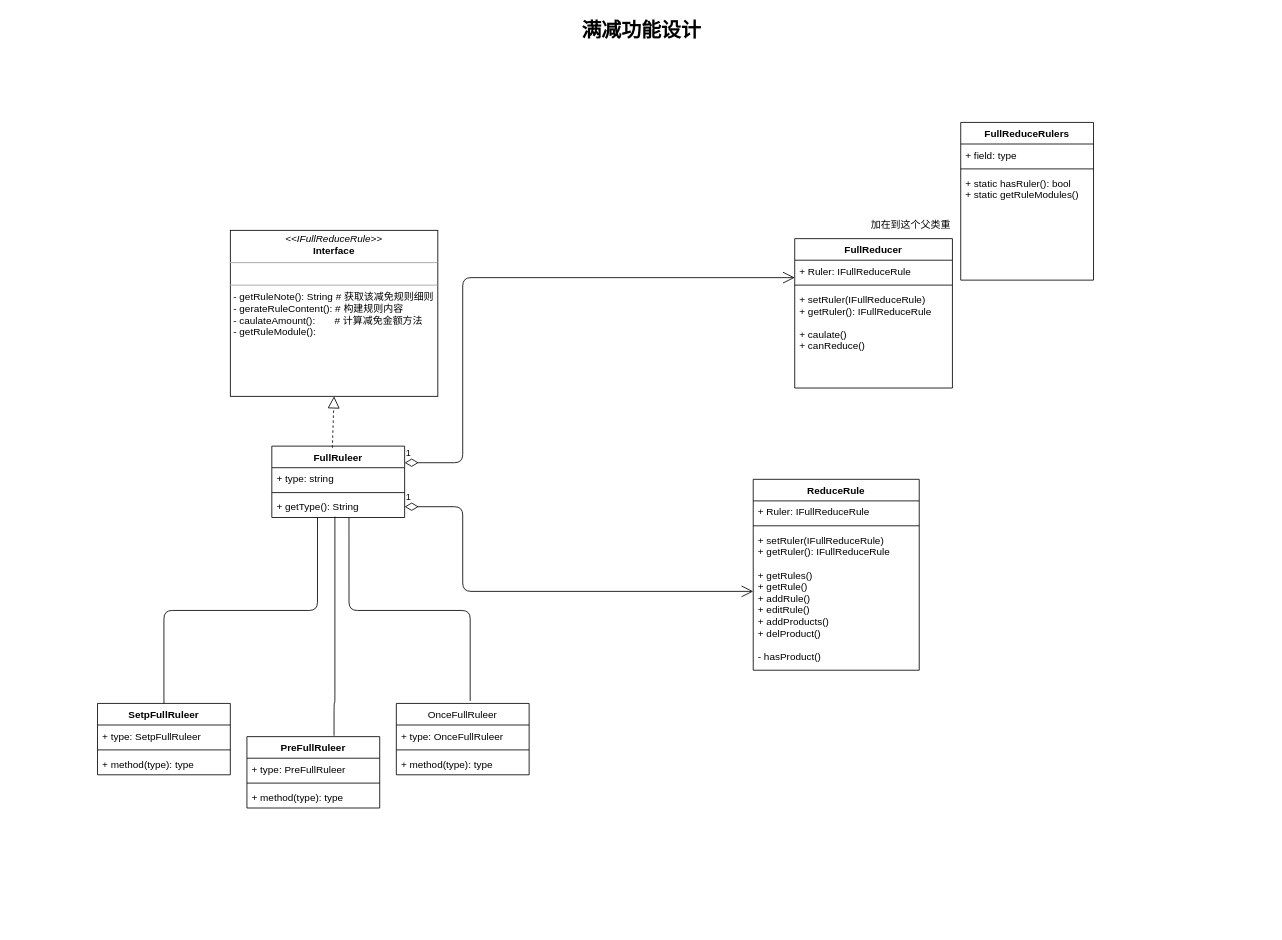
Above: 未命名表单.drawio in maclxf/ProjectDraw (draw.io), before the change. Source tidied: cells renumbered, new cells numbered last; positions are measured from the earlier drawing's top-left corner, leaving out a move shared by most shapes. Both pictures are drawn from the tidied source at 83%, with x=0, y=0 at pixel (14, 14).
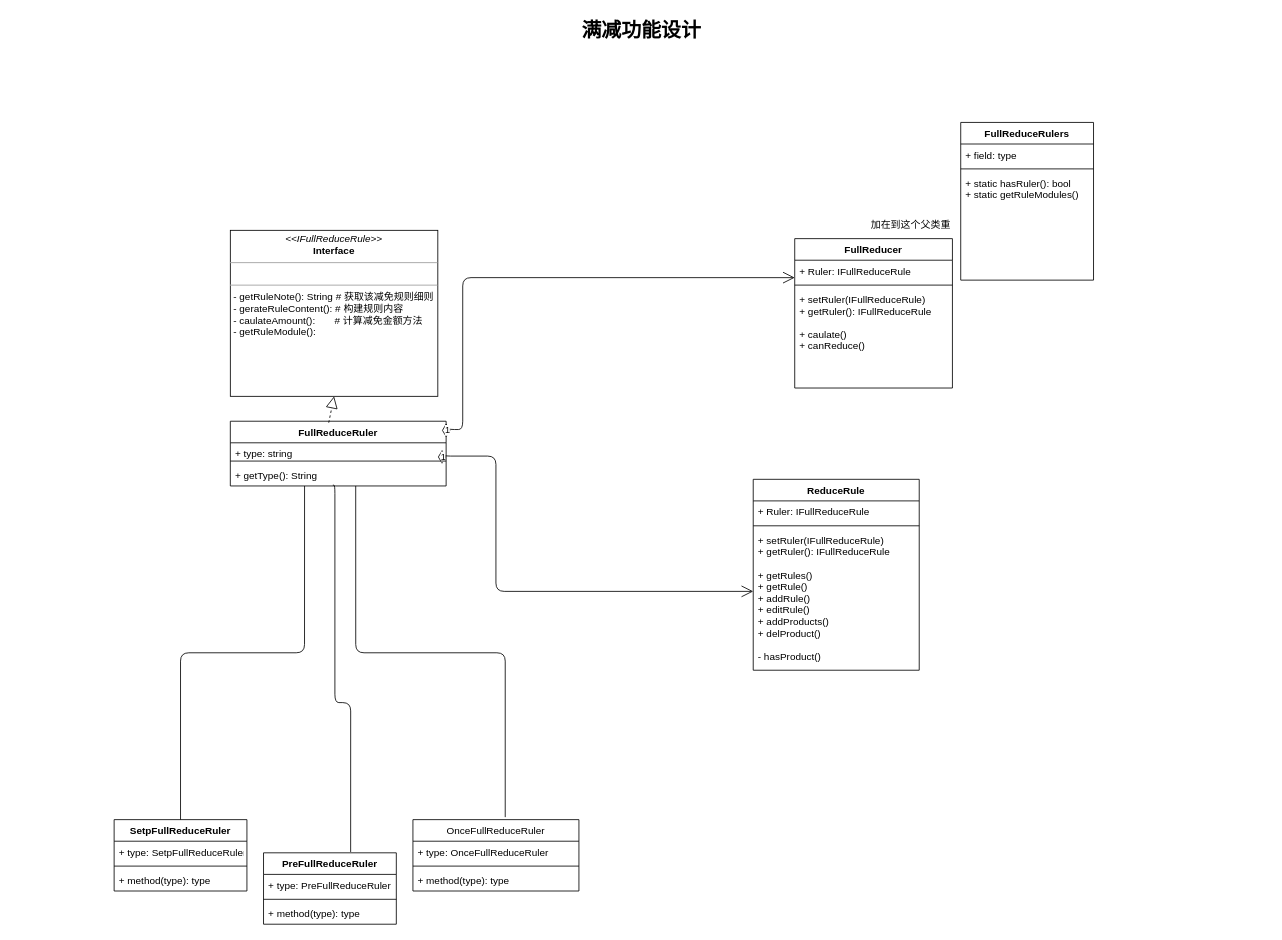
The same diagram, later.

Commit message:
更新未命名表单.drawio

The change refers to these unchanged cells:
```xml
<mxCell id="16" value="+ Ruler: IFullReduceRule" style="text;strokeColor=none;fillColor=none;align=left;verticalAlign=top;spacingLeft=4;spacingRight=4;overflow=hidden;points=[[0,0.5],[1,0.5]];portConstraint=eastwest;" parent="15" vertex="1">
  <mxGeometry y="26" width="190" height="26" as="geometry" />
</mxCell>
<mxCell id="23" value="+ setRuler(IFullReduceRule)&#10;+ getRuler(): IFullReduceRule&#10;&#10;+ getRules()&#10;+ getRule()&#10;+ addRule()&#10;+ editRule()&#10;+ addProducts()&#10;+ delProduct()&#10;&#10;- hasProduct()" style="text;strokeColor=none;fillColor=none;align=left;verticalAlign=top;spacingLeft=4;spacingRight=4;overflow=hidden;points=[[0,0.5],[1,0.5]];portConstraint=eastwest;" parent="20" vertex="1">
  <mxGeometry y="60" width="200" height="170" as="geometry" />
</mxCell>
```

What changed in the source:
```diff
@@
-    <mxCell id="3" value="SetpFullRuleer" style="swimlane;fontStyle=1;align=center;verticalAlign=top;horizontal=1;startSize=26;" parent="1" vertex="1">
-      <mxGeometry x="100" y="830" width="160" height="86" as="geometry" />
+    <mxCell id="3" value="SetpFullReduceRuler" style="swimlane;fontStyle=1;align=center;verticalAlign=top;horizontal=1;startSize=26;" parent="1" vertex="1">
+      <mxGeometry x="120" y="970" width="160" height="86" as="geometry" />
     </mxCell>
-    <mxCell id="4" value="+ type: SetpFullRuleer" style="text;strokeColor=none;fillColor=none;align=left;verticalAlign=top;spacingLeft=4;spacingRight=4;overflow=hidden;" parent="3" vertex="1">
+    <mxCell id="4" value="+ type: SetpFullReduceRuler" style="text;strokeColor=none;fillColor=none;align=left;verticalAlign=top;spacingLeft=4;spacingRight=4;overflow=hidden;" parent="3" vertex="1">
       <mxGeometry y="26" width="160" height="26" as="geometry" />
     </mxCell>
@@
-    <mxCell id="7" value="PreFullRuleer" style="swimlane;fontStyle=1;align=center;verticalAlign=top;horizontal=1;startSize=26;" parent="1" vertex="1">
-      <mxGeometry x="280" y="870" width="160" height="86" as="geometry" />
+    <mxCell id="7" value="PreFullReduceRuler" style="swimlane;fontStyle=1;align=center;verticalAlign=top;horizontal=1;startSize=26;" parent="1" vertex="1">
+      <mxGeometry x="300" y="1010" width="160" height="86" as="geometry" />
     </mxCell>
-    <mxCell id="8" value="+ type: PreFullRuleer" style="text;strokeColor=none;fillColor=none;align=left;verticalAlign=top;spacingLeft=4;spacingRight=4;overflow=hidden;" parent="7" vertex="1">
+    <mxCell id="8" value="+ type: PreFullReduceRuler" style="text;strokeColor=none;fillColor=none;align=left;verticalAlign=top;spacingLeft=4;spacingRight=4;overflow=hidden;" parent="7" vertex="1">
       <mxGeometry y="26" width="160" height="26" as="geometry" />
     </mxCell>
@@
-    <mxCell id="11" value="OnceFullRuleer" style="swimlane;fontStyle=0;align=center;verticalAlign=top;horizontal=1;startSize=26;" parent="1" vertex="1">
-      <mxGeometry x="460" y="830" width="160" height="86" as="geometry" />
+    <mxCell id="11" value="OnceFullReduceRuler" style="swimlane;fontStyle=0;align=center;verticalAlign=top;horizontal=1;startSize=26;" parent="1" vertex="1">
+      <mxGeometry x="480" y="970" width="200" height="86" as="geometry" />
     </mxCell>
-    <mxCell id="12" value="+ type: OnceFullRuleer" style="text;strokeColor=none;fillColor=none;align=left;verticalAlign=top;spacingLeft=4;spacingRight=4;overflow=hidden;fontStyle=0;" parent="11" vertex="1">
-      <mxGeometry y="26" width="160" height="26" as="geometry" />
+    <mxCell id="12" value="+ type: OnceFullReduceRuler" style="text;strokeColor=none;fillColor=none;align=left;verticalAlign=top;spacingLeft=4;spacingRight=4;overflow=hidden;fontStyle=0;" parent="11" vertex="1">
+      <mxGeometry y="26" width="200" height="26" as="geometry" />
     </mxCell>
     <mxCell id="13" style="line;strokeWidth=1;fillColor=none;align=left;verticalAlign=middle;spacingTop=-1;spacingLeft=3;spacingRight=3;labelPosition=right;fontStyle=0;" parent="11" vertex="1">
-      <mxGeometry y="52" width="160" height="8" as="geometry" />
+      <mxGeometry y="52" width="200" height="8" as="geometry" />
     </mxCell>
     <mxCell id="14" value="+ method(type): type" style="text;strokeColor=none;fillColor=none;align=left;verticalAlign=top;spacingLeft=4;spacingRight=4;overflow=hidden;fontStyle=0;" parent="11" vertex="1">
-      <mxGeometry y="60" width="160" height="26" as="geometry" />
+      <mxGeometry y="60" width="200" height="26" as="geometry" />
     </mxCell>
@@
-    <mxCell id="28" value="1" style="endArrow=open;html=1;endSize=12;startArrow=diamondThin;startSize=14;startFill=0;edgeStyle=orthogonalEdgeStyle;align=left;verticalAlign=bottom;strokeColor=#000000;exitX=1;exitY=0.5;exitDx=0;exitDy=0;" parent="1" edge="1" source="32" target="23">
+    <mxCell id="28" value="1" style="endArrow=open;html=1;endSize=12;startArrow=diamondThin;startSize=14;startFill=0;edgeStyle=orthogonalEdgeStyle;align=left;verticalAlign=bottom;strokeColor=#000000;exitX=0.981;exitY=-0.017;exitDx=0;exitDy=0;exitPerimeter=0;" parent="1" edge="1" source="32" target="23">
       <mxGeometry x="-1" y="3" relative="1" as="geometry">
         <Array as="points">
-          <mxPoint x="540" y="593" />
-          <mxPoint x="540" y="695" />
+          <mxPoint x="580" y="532" />
+          <mxPoint x="580" y="695" />
         </Array>
       </mxGeometry>
     </mxCell>
-    <mxCell id="29" value="FullRuleer" style="swimlane;fontStyle=1;align=center;verticalAlign=top;horizontal=1;startSize=26;" parent="1" vertex="1">
-      <mxGeometry x="310" y="520" width="160" height="86" as="geometry" />
+    <mxCell id="29" value="FullReduceRuler" style="swimlane;fontStyle=1;align=center;verticalAlign=top;horizontal=1;startSize=26;" parent="1" vertex="1">
+      <mxGeometry x="260" y="490" width="260" height="78" as="geometry" />
     </mxCell>
     <mxCell id="30" value="+ type: string" style="text;strokeColor=none;fillColor=none;align=left;verticalAlign=top;spacingLeft=4;spacingRight=4;overflow=hidden;" parent="29" vertex="1">
-      <mxGeometry y="26" width="160" height="26" as="geometry" />
+      <mxGeometry y="26" width="260" height="18" as="geometry" />
     </mxCell>
     <mxCell id="31" style="line;strokeWidth=1;fillColor=none;align=left;verticalAlign=middle;spacingTop=-1;spacingLeft=3;spacingRight=3;labelPosition=right;" parent="29" vertex="1">
-      <mxGeometry y="52" width="160" height="8" as="geometry" />
+      <mxGeometry y="44" width="260" height="8" as="geometry" />
     </mxCell>
     <mxCell id="32" value="+ getType(): String" style="text;strokeColor=none;fillColor=none;align=left;verticalAlign=top;spacingLeft=4;spacingRight=4;overflow=hidden;points=[[0,0.5],[1,0.5]];portConstraint=eastwest;" parent="29" vertex="1">
-      <mxGeometry y="60" width="160" height="26" as="geometry" />
+      <mxGeometry y="52" width="260" height="26" as="geometry" />
     </mxCell>
@@
-    <mxCell id="38" value="1" style="endArrow=open;html=1;endSize=12;startArrow=diamondThin;startSize=14;startFill=0;edgeStyle=orthogonalEdgeStyle;align=left;verticalAlign=bottom;strokeColor=#000000;exitX=1;exitY=0.5;exitDx=0;exitDy=0;entryX=0;entryY=0.808;entryDx=0;entryDy=0;entryPerimeter=0;" parent="1" edge="1" target="16">
+    <mxCell id="38" value="1" style="endArrow=open;html=1;endSize=12;startArrow=diamondThin;startSize=14;startFill=0;edgeStyle=orthogonalEdgeStyle;align=left;verticalAlign=bottom;strokeColor=#000000;entryX=0;entryY=0.808;entryDx=0;entryDy=0;entryPerimeter=0;exitX=1;exitY=0.25;exitDx=0;exitDy=0;" parent="1" edge="1" source="29" target="16">
       <mxGeometry x="-1" y="3" relative="1" as="geometry">
-        <mxPoint x="470" y="540" as="sourcePoint" />
         <Array as="points">
-          <mxPoint x="540" y="540" />
+          <mxPoint x="540" y="500" />
           <mxPoint x="540" y="317" />
         </Array>
       </mxGeometry>
     </mxCell>
```
